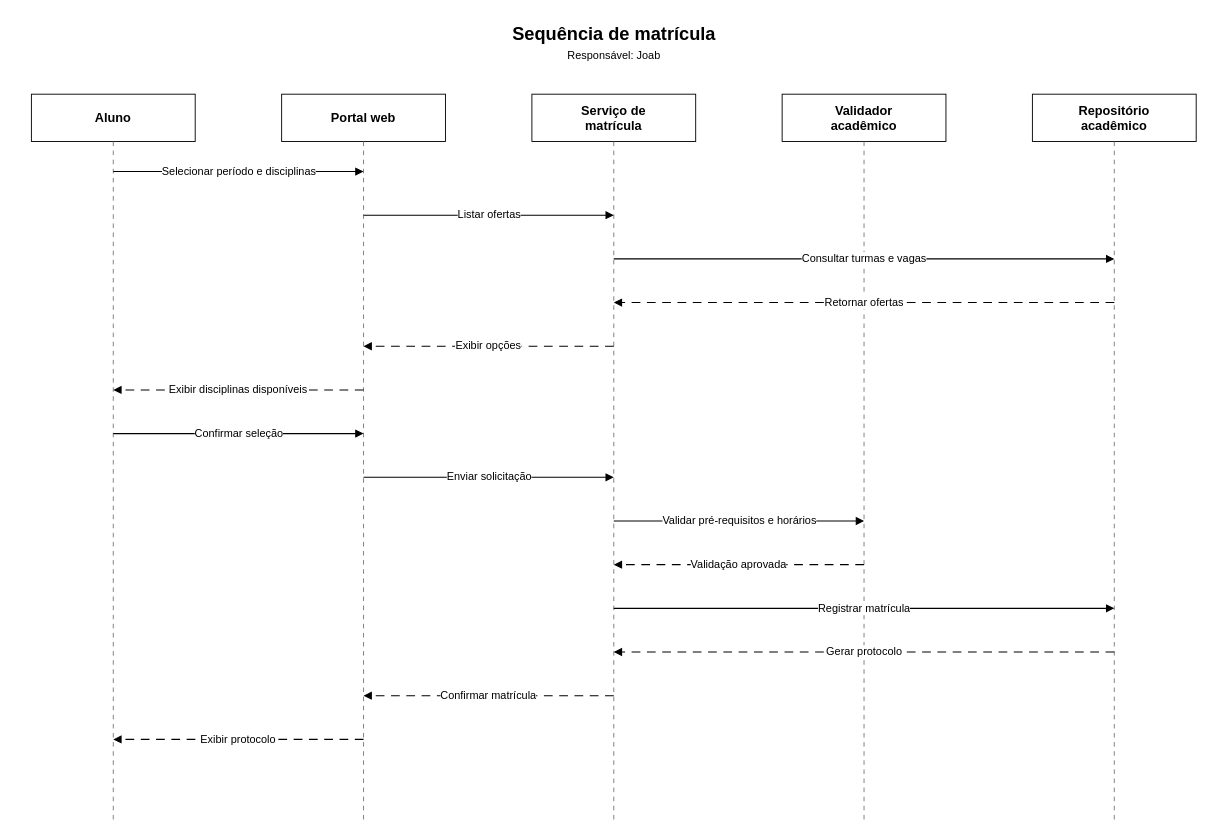
samunovasideias/pp1-site-faculdade-uml keeps this draw.io diagram as diagramas/sequencia/matricula.drawio. Above is the earlier version. Source tidied: cells renumbered, new cells numbered last; positions are measured from the earlier drawing's top-left corner, leaving out a move shared by most shapes. Both pictures are drawn from the tidied source at 91%, with x=0, y=0 at pixel (31, 19).
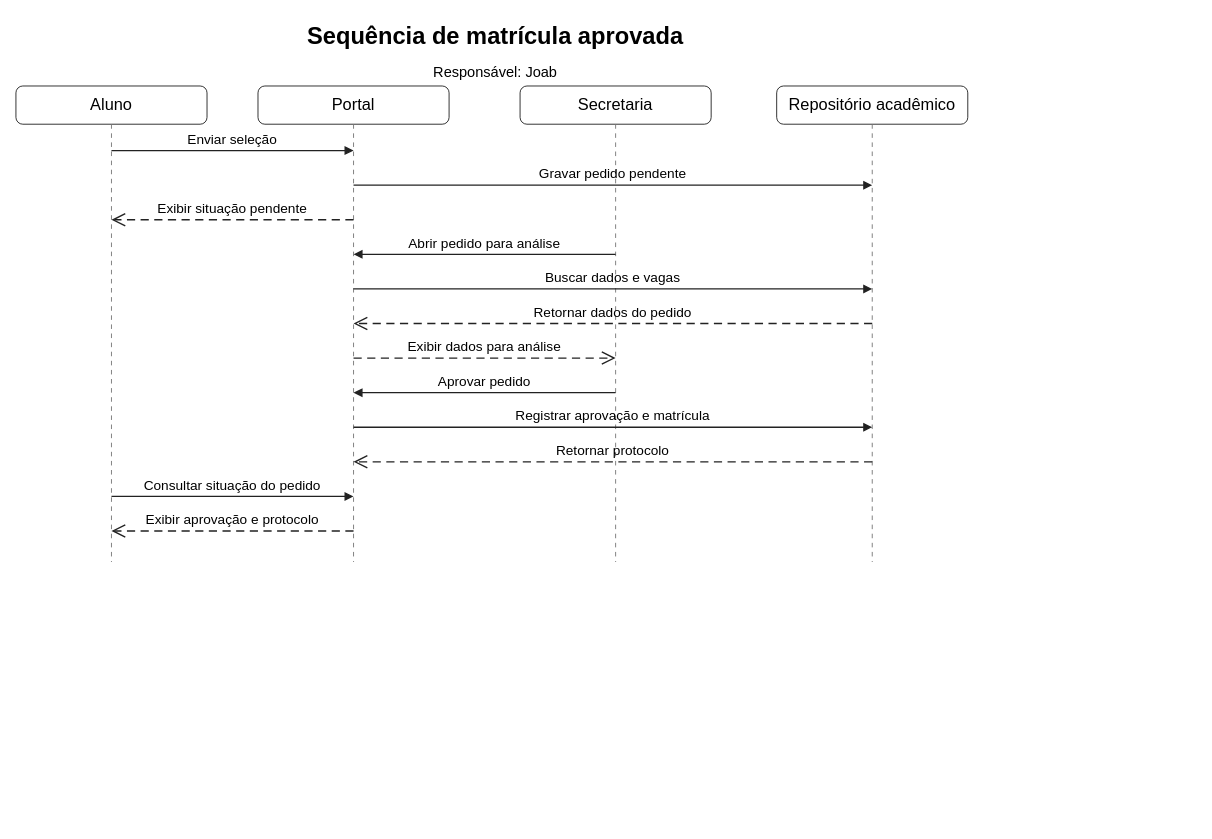
After the change.

Commit message (it also covers changes not shown here):
Modela colaboração dos atores e aprovação da matrícula

What changed in the source:
```diff
@@
-    <mxCell id="2" value="Sequência de matrícula" style="text;html=1;strokeColor=none;fillColor=none;align=center;verticalAlign=middle;fontFamily=Arial;fontSize=20;fontStyle=1;fontColor=#000000;" parent="1" vertex="1">
-      <mxGeometry x="320" width="640" height="30" as="geometry" />
+    <mxCell id="2" value="Sequência de matrícula aprovada" style="text;whiteSpace=wrap;align=center;verticalAlign=middle;strokeColor=none;fillColor=none;fontColor=#000000;fontSize=26;fontStyle=1;" parent="1" vertex="1">
+      <mxGeometry x="-10" y="-4" width="1040" height="44" as="geometry" />
     </mxCell>
-    <mxCell id="3" value="Responsável: Joab" style="text;html=1;strokeColor=none;fillColor=none;align=center;verticalAlign=middle;fontFamily=Arial;fontSize=12;fontColor=#000000;" parent="1" vertex="1">
-      <mxGeometry x="410" y="29" width="460" height="22" as="geometry" />
+    <mxCell id="3" value="Responsável: Joab" style="text;whiteSpace=wrap;align=center;verticalAlign=middle;strokeColor=none;fillColor=none;fontColor=#000000;fontSize=16;fontStyle=0;" parent="1" vertex="1">
+      <mxGeometry x="-10" y="44" width="1040" height="28" as="geometry" />
     </mxCell>
-    <mxCell id="4" value="Aluno" style="rounded=0;whiteSpace=wrap;html=1;fillColor=#FFFFFF;strokeColor=#000000;fontColor=#000000;fontFamily=Arial;fontSize=14;fontStyle=1;align=center;verticalAlign=middle;" parent="1" vertex="1">
-      <mxGeometry y="82" width="180" height="52" as="geometry" />
+    <mxCell id="4" value="Aluno" style="rounded=1;arcSize=18;whiteSpace=wrap;html=0;align=center;verticalAlign=middle;strokeColor=#222222;fillColor=#ffffff;fontColor=#000000;fontSize=18;" parent="1" vertex="1">
+      <mxGeometry x="-17" y="73" width="210" height="42" as="geometry" />
     </mxCell>
-    <mxCell id="5" style="edgeStyle=none;html=1;strokeColor=#777777;strokeWidth=1;dashed=1;dashPattern=5 5;endArrow=none;startArrow=none;" parent="1" edge="1">
-      <mxGeometry relative="1" as="geometry">
-        <mxPoint x="90" y="134" as="sourcePoint" />
-        <mxPoint x="90" y="882" as="targetPoint" />
-      </mxGeometry>
-    </mxCell>
-    <mxCell id="6" value="Portal web" style="rounded=0;whiteSpace=wrap;html=1;fillColor=#FFFFFF;strokeColor=#000000;fontColor=#000000;fontFamily=Arial;fontSize=14;fontStyle=1;align=center;verticalAlign=middle;" parent="1" vertex="1">
-      <mxGeometry x="275" y="82" width="180" height="52" as="geometry" />
-    </mxCell>
-    <mxCell id="7" style="edgeStyle=none;html=1;strokeColor=#777777;strokeWidth=1;dashed=1;dashPattern=5 5;endArrow=none;startArrow=none;" parent="1" edge="1">
-      <mxGeometry relative="1" as="geometry">
-        <mxPoint x="365" y="134" as="sourcePoint" />
-        <mxPoint x="365" y="882" as="targetPoint" />
-      </mxGeometry>
-    </mxCell>
-    <mxCell id="8" value="Serviço de&lt;br&gt;matrícula" style="rounded=0;whiteSpace=wrap;html=1;fillColor=#FFFFFF;strokeColor=#000000;fontColor=#000000;fontFamily=Arial;fontSize=14;fontStyle=1;align=center;verticalAlign=middle;" parent="1" vertex="1">
-      <mxGeometry x="550" y="82" width="180" height="52" as="geometry" />
-    </mxCell>
-    <mxCell id="9" style="edgeStyle=none;html=1;strokeColor=#777777;strokeWidth=1;dashed=1;dashPattern=5 5;endArrow=none;startArrow=none;" parent="1" edge="1">
-      <mxGeometry relative="1" as="geometry">
-        <mxPoint x="640" y="134" as="sourcePoint" />
-        <mxPoint x="640" y="882" as="targetPoint" />
-      </mxGeometry>
-    </mxCell>
-    <mxCell id="10" value="Validador&lt;br&gt;acadêmico" style="rounded=0;whiteSpace=wrap;html=1;fillColor=#FFFFFF;strokeColor=#000000;fontColor=#000000;fontFamily=Arial;fontSize=14;fontStyle=1;align=center;verticalAlign=middle;" parent="1" vertex="1">
-      <mxGeometry x="825" y="82" width="180" height="52" as="geometry" />
-    </mxCell>
-    <mxCell id="11" style="edgeStyle=none;html=1;strokeColor=#777777;strokeWidth=1;dashed=1;dashPattern=5 5;endArrow=none;startArrow=none;" parent="1" edge="1">
-      <mxGeometry relative="1" as="geometry">
-        <mxPoint x="915" y="134" as="sourcePoint" />
-        <mxPoint x="915" y="882" as="targetPoint" />
-      </mxGeometry>
-    </mxCell>
+    <mxCell id="28" style="dashed=1;dashPattern=5 5;endArrow=none;strokeColor=#777777;" parent="1" edge="1">
+      <mxGeometry relative="1" as="geometry">
+        <mxPoint x="88" y="115" as="sourcePoint" />
+        <mxPoint x="88" y="596" as="targetPoint" />
+      </mxGeometry>
+    </mxCell>
+    <mxCell id="29" value="Portal" style="rounded=1;arcSize=18;whiteSpace=wrap;html=0;align=center;verticalAlign=middle;strokeColor=#222222;fillColor=#ffffff;fontColor=#000000;fontSize=18;" parent="1" vertex="1">
+      <mxGeometry x="249" y="73" width="210" height="42" as="geometry" />
+    </mxCell>
+    <mxCell id="30" style="dashed=1;dashPattern=5 5;endArrow=none;strokeColor=#777777;" parent="1" edge="1">
+      <mxGeometry relative="1" as="geometry">
+        <mxPoint x="354" y="115" as="sourcePoint" />
+        <mxPoint x="354" y="596" as="targetPoint" />
+      </mxGeometry>
+    </mxCell>
+    <mxCell id="31" value="Secretaria" style="rounded=1;arcSize=18;whiteSpace=wrap;html=0;align=center;verticalAlign=middle;strokeColor=#222222;fillColor=#ffffff;fontColor=#000000;fontSize=18;" parent="1" vertex="1">
+      <mxGeometry x="537" y="73" width="210" height="42" as="geometry" />
+    </mxCell>
+    <mxCell id="32" style="dashed=1;dashPattern=5 5;endArrow=none;strokeColor=#777777;" parent="1" edge="1">
+      <mxGeometry relative="1" as="geometry">
+        <mxPoint x="642" y="115" as="sourcePoint" />
+        <mxPoint x="642" y="596" as="targetPoint" />
+      </mxGeometry>
+    </mxCell>
-    <mxCell id="12" value="Repositório&lt;br&gt;acadêmico" style="rounded=0;whiteSpace=wrap;html=1;fillColor=#FFFFFF;strokeColor=#000000;fontColor=#000000;fontFamily=Arial;fontSize=14;fontStyle=1;align=center;verticalAlign=middle;" parent="1" vertex="1">
-      <mxGeometry x="1100" y="82" width="180" height="52" as="geometry" />
+    <mxCell id="12" value="Repositório acadêmico" style="rounded=1;arcSize=18;whiteSpace=wrap;html=0;align=center;verticalAlign=middle;strokeColor=#222222;fillColor=#ffffff;fontColor=#000000;fontSize=18;" parent="1" vertex="1">
+      <mxGeometry x="819" y="73" width="210" height="42" as="geometry" />
     </mxCell>
-    <mxCell id="13" style="edgeStyle=none;html=1;strokeColor=#777777;strokeWidth=1;dashed=1;dashPattern=5 5;endArrow=none;startArrow=none;" parent="1" edge="1">
-      <mxGeometry relative="1" as="geometry">
-        <mxPoint x="1190" y="134" as="sourcePoint" />
-        <mxPoint x="1190" y="882" as="targetPoint" />
-      </mxGeometry>
-    </mxCell>
-    <mxCell id="14" value="Selecionar período e disciplinas" style="edgeStyle=none;html=1;strokeColor=#000000;strokeWidth=1.2;endArrow=block;endFill=1;fontFamily=Arial;fontSize=12;fontColor=#000000;" parent="1" edge="1">
-      <mxGeometry relative="1" as="geometry">
-        <mxPoint x="90" y="167" as="sourcePoint" />
-        <mxPoint x="365" y="167" as="targetPoint" />
-      </mxGeometry>
-    </mxCell>
-    <mxCell id="15" value="Listar ofertas" style="edgeStyle=none;html=1;strokeColor=#000000;strokeWidth=1.2;endArrow=block;endFill=1;fontFamily=Arial;fontSize=12;fontColor=#000000;" parent="1" edge="1">
-      <mxGeometry relative="1" as="geometry">
-        <mxPoint x="365" y="215" as="sourcePoint" />
-        <mxPoint x="640" y="215" as="targetPoint" />
-      </mxGeometry>
-    </mxCell>
-    <mxCell id="16" value="Consultar turmas e vagas" style="edgeStyle=none;html=1;strokeColor=#000000;strokeWidth=1.2;endArrow=block;endFill=1;fontFamily=Arial;fontSize=12;fontColor=#000000;" parent="1" edge="1">
-      <mxGeometry relative="1" as="geometry">
-        <mxPoint x="640" y="263" as="sourcePoint" />
-        <mxPoint x="1190" y="263" as="targetPoint" />
-      </mxGeometry>
-    </mxCell>
-    <mxCell id="17" value="Retornar ofertas" style="edgeStyle=none;html=1;strokeColor=#000000;strokeWidth=1.2;endArrow=block;endFill=1;fontFamily=Arial;fontSize=12;fontColor=#000000;dashed=1;dashPattern=8 6;" parent="1" edge="1">
-      <mxGeometry relative="1" as="geometry">
-        <mxPoint x="1190" y="311" as="sourcePoint" />
-        <mxPoint x="640" y="311" as="targetPoint" />
-      </mxGeometry>
-    </mxCell>
-    <mxCell id="18" value="Exibir opções" style="edgeStyle=none;html=1;strokeColor=#000000;strokeWidth=1.2;endArrow=block;endFill=1;fontFamily=Arial;fontSize=12;fontColor=#000000;dashed=1;dashPattern=8 6;" parent="1" edge="1">
-      <mxGeometry relative="1" as="geometry">
-        <mxPoint x="640" y="359" as="sourcePoint" />
-        <mxPoint x="365" y="359" as="targetPoint" />
-      </mxGeometry>
-    </mxCell>
-    <mxCell id="19" value="Exibir disciplinas disponíveis" style="edgeStyle=none;html=1;strokeColor=#000000;strokeWidth=1.2;endArrow=block;endFill=1;fontFamily=Arial;fontSize=12;fontColor=#000000;dashed=1;dashPattern=8 6;" parent="1" edge="1">
-      <mxGeometry relative="1" as="geometry">
-        <mxPoint x="365" y="407" as="sourcePoint" />
-        <mxPoint x="90" y="407" as="targetPoint" />
-      </mxGeometry>
-    </mxCell>
-    <mxCell id="20" value="Confirmar seleção" style="edgeStyle=none;html=1;strokeColor=#000000;strokeWidth=1.2;endArrow=block;endFill=1;fontFamily=Arial;fontSize=12;fontColor=#000000;" parent="1" edge="1">
-      <mxGeometry relative="1" as="geometry">
-        <mxPoint x="90" y="455" as="sourcePoint" />
-        <mxPoint x="365" y="455" as="targetPoint" />
-      </mxGeometry>
-    </mxCell>
-    <mxCell id="21" value="Enviar solicitação" style="edgeStyle=none;html=1;strokeColor=#000000;strokeWidth=1.2;endArrow=block;endFill=1;fontFamily=Arial;fontSize=12;fontColor=#000000;" parent="1" edge="1">
-      <mxGeometry relative="1" as="geometry">
-        <mxPoint x="365" y="503" as="sourcePoint" />
-        <mxPoint x="640" y="503" as="targetPoint" />
-      </mxGeometry>
-    </mxCell>
-    <mxCell id="22" value="Validar pré-requisitos e horários" style="edgeStyle=none;html=1;strokeColor=#000000;strokeWidth=1.2;endArrow=block;endFill=1;fontFamily=Arial;fontSize=12;fontColor=#000000;" parent="1" edge="1">
-      <mxGeometry relative="1" as="geometry">
-        <mxPoint x="640" y="551" as="sourcePoint" />
-        <mxPoint x="915" y="551" as="targetPoint" />
-      </mxGeometry>
-    </mxCell>
-    <mxCell id="23" value="Validação aprovada" style="edgeStyle=none;html=1;strokeColor=#000000;strokeWidth=1.2;endArrow=block;endFill=1;fontFamily=Arial;fontSize=12;fontColor=#000000;dashed=1;dashPattern=8 6;" parent="1" edge="1">
-      <mxGeometry relative="1" as="geometry">
-        <mxPoint x="915" y="599" as="sourcePoint" />
-        <mxPoint x="640" y="599" as="targetPoint" />
-      </mxGeometry>
-    </mxCell>
-    <mxCell id="24" value="Registrar matrícula" style="edgeStyle=none;html=1;strokeColor=#000000;strokeWidth=1.2;endArrow=block;endFill=1;fontFamily=Arial;fontSize=12;fontColor=#000000;" parent="1" edge="1">
-      <mxGeometry relative="1" as="geometry">
-        <mxPoint x="640" y="647" as="sourcePoint" />
-        <mxPoint x="1190" y="647" as="targetPoint" />
-      </mxGeometry>
-    </mxCell>
-    <mxCell id="25" value="Gerar protocolo" style="edgeStyle=none;html=1;strokeColor=#000000;strokeWidth=1.2;endArrow=block;endFill=1;fontFamily=Arial;fontSize=12;fontColor=#000000;dashed=1;dashPattern=8 6;" parent="1" edge="1">
-      <mxGeometry relative="1" as="geometry">
-        <mxPoint x="1190" y="695" as="sourcePoint" />
-        <mxPoint x="640" y="695" as="targetPoint" />
-      </mxGeometry>
-    </mxCell>
-    <mxCell id="26" value="Confirmar matrícula" style="edgeStyle=none;html=1;strokeColor=#000000;strokeWidth=1.2;endArrow=block;endFill=1;fontFamily=Arial;fontSize=12;fontColor=#000000;dashed=1;dashPattern=8 6;" parent="1" edge="1">
-      <mxGeometry relative="1" as="geometry">
-        <mxPoint x="640" y="743" as="sourcePoint" />
-        <mxPoint x="365" y="743" as="targetPoint" />
-      </mxGeometry>
-    </mxCell>
-    <mxCell id="27" value="Exibir protocolo" style="edgeStyle=none;html=1;strokeColor=#000000;strokeWidth=1.2;endArrow=block;endFill=1;fontFamily=Arial;fontSize=12;fontColor=#000000;dashed=1;dashPattern=8 6;" parent="1" edge="1">
-      <mxGeometry relative="1" as="geometry">
-        <mxPoint x="365" y="791" as="sourcePoint" />
-        <mxPoint x="90" y="791" as="targetPoint" />
-      </mxGeometry>
-    </mxCell>
+    <mxCell id="33" style="dashed=1;dashPattern=5 5;endArrow=none;strokeColor=#777777;" parent="1" edge="1">
+      <mxGeometry relative="1" as="geometry">
+        <mxPoint x="924" y="115" as="sourcePoint" />
+        <mxPoint x="924" y="596" as="targetPoint" />
+      </mxGeometry>
+    </mxCell>
+    <mxCell id="34" style="edgeStyle=none;strokeColor=#222222;strokeWidth=1.5;html=0;endArrow=block;endFill=1;" parent="1" edge="1">
+      <mxGeometry relative="1" as="geometry">
+        <mxPoint x="88" y="144" as="sourcePoint" />
+        <mxPoint x="354" y="144" as="targetPoint" />
+      </mxGeometry>
+    </mxCell>
+    <mxCell id="35" value="Enviar seleção" style="text;whiteSpace=wrap;align=center;verticalAlign=middle;strokeColor=none;fillColor=none;fontColor=#000000;fontSize=15;fontStyle=0;" parent="1" vertex="1">
+      <mxGeometry x="71" y="120" width="300" height="22" as="geometry" />
+    </mxCell>
+    <mxCell id="36" style="edgeStyle=none;strokeColor=#222222;strokeWidth=1.5;html=0;endArrow=block;endFill=1;" parent="1" edge="1">
+      <mxGeometry relative="1" as="geometry">
+        <mxPoint x="354" y="182" as="sourcePoint" />
+        <mxPoint x="924" y="182" as="targetPoint" />
+      </mxGeometry>
+    </mxCell>
+    <mxCell id="37" value="Gravar pedido pendente" style="text;whiteSpace=wrap;align=center;verticalAlign=middle;strokeColor=none;fillColor=none;fontColor=#000000;fontSize=15;fontStyle=0;" parent="1" vertex="1">
+      <mxGeometry x="489" y="158" width="300" height="22" as="geometry" />
+    </mxCell>
+    <mxCell id="38" style="edgeStyle=none;strokeColor=#222222;strokeWidth=1.5;html=0;dashed=1;dashPattern=6 4;endArrow=open;endFill=0;endSize=12;" parent="1" edge="1">
+      <mxGeometry relative="1" as="geometry">
+        <mxPoint x="354" y="220" as="sourcePoint" />
+        <mxPoint x="88" y="220" as="targetPoint" />
+      </mxGeometry>
+    </mxCell>
+    <mxCell id="39" value="Exibir situação pendente" style="text;whiteSpace=wrap;align=center;verticalAlign=middle;strokeColor=none;fillColor=none;fontColor=#000000;fontSize=15;fontStyle=0;" parent="1" vertex="1">
+      <mxGeometry x="71" y="196" width="300" height="22" as="geometry" />
+    </mxCell>
+    <mxCell id="40" style="edgeStyle=none;strokeColor=#222222;strokeWidth=1.5;html=0;endArrow=block;endFill=1;" parent="1" edge="1">
+      <mxGeometry relative="1" as="geometry">
+        <mxPoint x="642" y="258" as="sourcePoint" />
+        <mxPoint x="354" y="258" as="targetPoint" />
+      </mxGeometry>
+    </mxCell>
+    <mxCell id="41" value="Abrir pedido para análise" style="text;whiteSpace=wrap;align=center;verticalAlign=middle;strokeColor=none;fillColor=none;fontColor=#000000;fontSize=15;fontStyle=0;" parent="1" vertex="1">
+      <mxGeometry x="348" y="234" width="300" height="22" as="geometry" />
+    </mxCell>
+    <mxCell id="42" style="edgeStyle=none;strokeColor=#222222;strokeWidth=1.5;html=0;endArrow=block;endFill=1;" parent="1" edge="1">
+      <mxGeometry relative="1" as="geometry">
+        <mxPoint x="354" y="296" as="sourcePoint" />
+        <mxPoint x="924" y="296" as="targetPoint" />
+      </mxGeometry>
+    </mxCell>
+    <mxCell id="43" value="Buscar dados e vagas" style="text;whiteSpace=wrap;align=center;verticalAlign=middle;strokeColor=none;fillColor=none;fontColor=#000000;fontSize=15;fontStyle=0;" parent="1" vertex="1">
+      <mxGeometry x="489" y="272" width="300" height="22" as="geometry" />
+    </mxCell>
+    <mxCell id="44" style="edgeStyle=none;strokeColor=#222222;strokeWidth=1.5;html=0;dashed=1;dashPattern=6 4;endArrow=open;endFill=0;endSize=12;" parent="1" edge="1">
+      <mxGeometry relative="1" as="geometry">
+        <mxPoint x="924" y="334" as="sourcePoint" />
+        <mxPoint x="354" y="334" as="targetPoint" />
+      </mxGeometry>
+    </mxCell>
+    <mxCell id="45" value="Retornar dados do pedido" style="text;whiteSpace=wrap;align=center;verticalAlign=middle;strokeColor=none;fillColor=none;fontColor=#000000;fontSize=15;fontStyle=0;" parent="1" vertex="1">
+      <mxGeometry x="489" y="310" width="300" height="22" as="geometry" />
+    </mxCell>
+    <mxCell id="46" style="edgeStyle=none;strokeColor=#222222;strokeWidth=1.5;html=0;dashed=1;dashPattern=6 4;endArrow=open;endFill=0;endSize=12;" parent="1" edge="1">
+      <mxGeometry relative="1" as="geometry">
+        <mxPoint x="354" y="372" as="sourcePoint" />
+        <mxPoint x="642" y="372" as="targetPoint" />
+      </mxGeometry>
+    </mxCell>
+    <mxCell id="47" value="Exibir dados para análise" style="text;whiteSpace=wrap;align=center;verticalAlign=middle;strokeColor=none;fillColor=none;fontColor=#000000;fontSize=15;fontStyle=0;" parent="1" vertex="1">
+      <mxGeometry x="348" y="348" width="300" height="22" as="geometry" />
+    </mxCell>
+    <mxCell id="48" style="edgeStyle=none;strokeColor=#222222;strokeWidth=1.5;html=0;endArrow=block;endFill=1;" parent="1" edge="1">
+      <mxGeometry relative="1" as="geometry">
+        <mxPoint x="642" y="410" as="sourcePoint" />
+        <mxPoint x="354" y="410" as="targetPoint" />
+      </mxGeometry>
+    </mxCell>
+    <mxCell id="49" value="Aprovar pedido" style="text;whiteSpace=wrap;align=center;verticalAlign=middle;strokeColor=none;fillColor=none;fontColor=#000000;fontSize=15;fontStyle=0;" parent="1" vertex="1">
+      <mxGeometry x="348" y="386" width="300" height="22" as="geometry" />
+    </mxCell>
+    <mxCell id="50" style="edgeStyle=none;strokeColor=#222222;strokeWidth=1.5;html=0;endArrow=block;endFill=1;" parent="1" edge="1">
+      <mxGeometry relative="1" as="geometry">
+        <mxPoint x="354" y="448" as="sourcePoint" />
+        <mxPoint x="924" y="448" as="targetPoint" />
+      </mxGeometry>
+    </mxCell>
+    <mxCell id="51" value="Registrar aprovação e matrícula" style="text;whiteSpace=wrap;align=center;verticalAlign=middle;strokeColor=none;fillColor=none;fontColor=#000000;fontSize=15;fontStyle=0;" parent="1" vertex="1">
+      <mxGeometry x="489" y="424" width="300" height="22" as="geometry" />
+    </mxCell>
+    <mxCell id="52" style="edgeStyle=none;strokeColor=#222222;strokeWidth=1.5;html=0;dashed=1;dashPattern=6 4;endArrow=open;endFill=0;endSize=12;" parent="1" edge="1">
+      <mxGeometry relative="1" as="geometry">
+        <mxPoint x="924" y="486" as="sourcePoint" />
+        <mxPoint x="354" y="486" as="targetPoint" />
+      </mxGeometry>
+    </mxCell>
+    <mxCell id="53" value="Retornar protocolo" style="text;whiteSpace=wrap;align=center;verticalAlign=middle;strokeColor=none;fillColor=none;fontColor=#000000;fontSize=15;fontStyle=0;" parent="1" vertex="1">
+      <mxGeometry x="489" y="462" width="300" height="22" as="geometry" />
+    </mxCell>
+    <mxCell id="54" style="edgeStyle=none;strokeColor=#222222;strokeWidth=1.5;html=0;endArrow=block;endFill=1;" parent="1" edge="1">
+      <mxGeometry relative="1" as="geometry">
+        <mxPoint x="88" y="524" as="sourcePoint" />
+        <mxPoint x="354" y="524" as="targetPoint" />
+      </mxGeometry>
+    </mxCell>
+    <mxCell id="55" value="Consultar situação do pedido" style="text;whiteSpace=wrap;align=center;verticalAlign=middle;strokeColor=none;fillColor=none;fontColor=#000000;fontSize=15;fontStyle=0;" parent="1" vertex="1">
+      <mxGeometry x="71" y="500" width="300" height="22" as="geometry" />
+    </mxCell>
+    <mxCell id="56" style="edgeStyle=none;strokeColor=#222222;strokeWidth=1.5;html=0;dashed=1;dashPattern=6 4;endArrow=open;endFill=0;endSize=12;" parent="1" edge="1">
+      <mxGeometry relative="1" as="geometry">
+        <mxPoint x="354" y="562" as="sourcePoint" />
+        <mxPoint x="88" y="562" as="targetPoint" />
+      </mxGeometry>
+    </mxCell>
+    <mxCell id="57" value="Exibir aprovação e protocolo" style="text;whiteSpace=wrap;align=center;verticalAlign=middle;strokeColor=none;fillColor=none;fontColor=#000000;fontSize=15;fontStyle=0;" parent="1" vertex="1">
+      <mxGeometry x="71" y="538" width="300" height="22" as="geometry" />
+    </mxCell>
```
